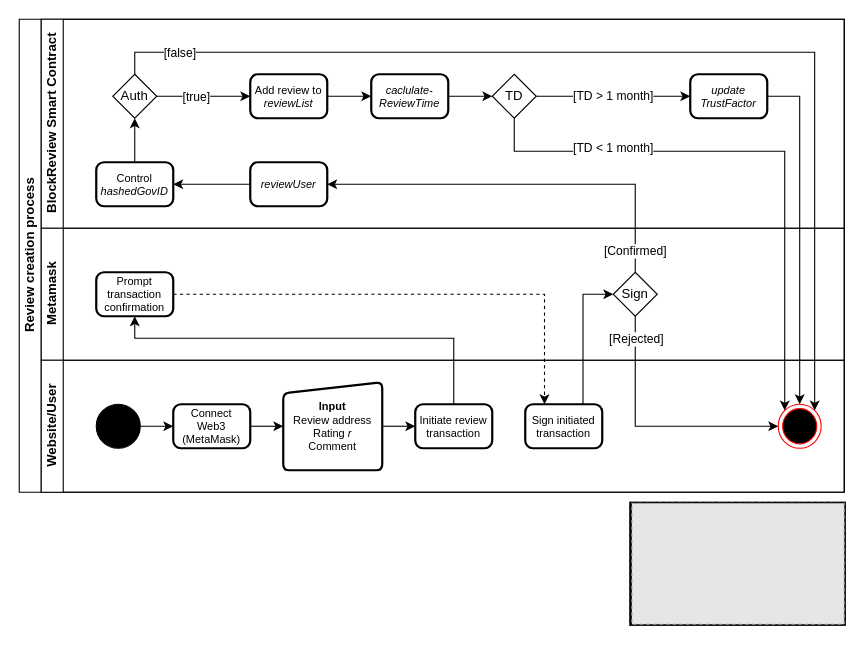
PaulMoustakas/Project-T keeps this draw.io diagram as Block Review.drawio. Above is the earlier version. Source tidied: cells renumbered, new cells numbered last; positions are measured from the earlier drawing's top-left corner, leaving out a move shared by most shapes. Both pictures are drawn from the tidied source at 110%, with x=0, y=0 at pixel (19, 19). Pictures stored in the file or linked from it are replaced by grey dashed boxes.
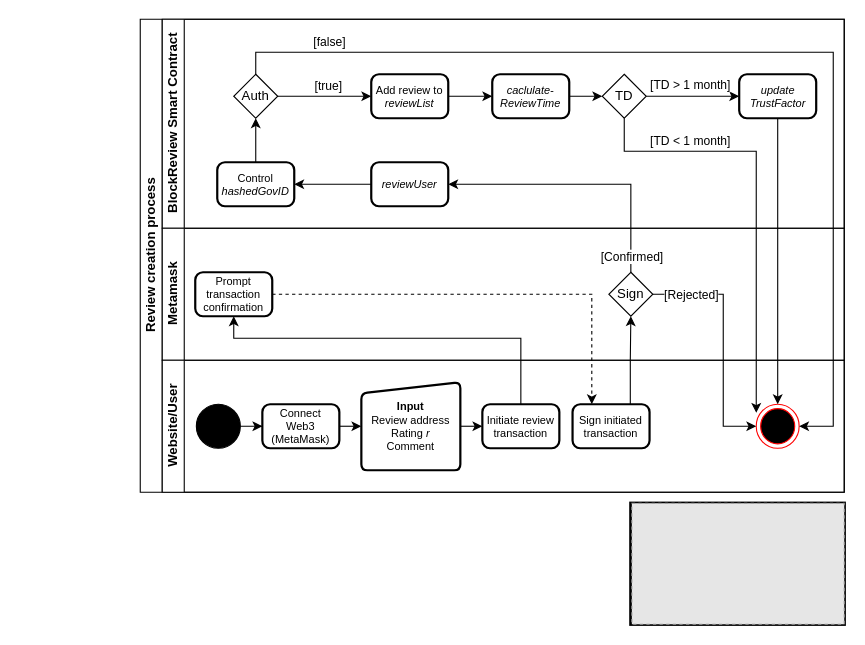
After the change.

Unchanged cells that the change refers to:
```xml
<mxCell id="13" style="edgeStyle=orthogonalEdgeStyle;rounded=0;jettySize=auto;html=1;exitX=1;exitY=0.5;exitDx=0;exitDy=0;entryX=0;entryY=0.5;entryDx=0;entryDy=0;" parent="3" edge="1" source="15" target="9">
  <mxGeometry relative="1" as="geometry" />
</mxCell>
<mxCell id="15" value="Auth" style="rhombus;whiteSpace=wrap;html=1;fontFamily=Helvetica;fontSize=12;fontColor=#000000;align=center;" parent="3" vertex="1">
  <mxGeometry x="65" y="50" width="40" height="40" as="geometry" />
</mxCell>
<mxCell id="38" style="edgeStyle=orthogonalEdgeStyle;rounded=0;jettySize=auto;html=1;exitX=0.5;exitY=0;exitDx=0;exitDy=0;entryX=1;entryY=0.5;entryDx=0;entryDy=0;" parent="2" edge="1" source="20" target="7">
  <mxGeometry relative="1" as="geometry" />
</mxCell>
```

Change to the diagram source:
```diff
@@
     <mxCell id="2" value="Review creation process" style="swimlane;html=1;horizontal=0;startSize=20;" parent="1" vertex="1">
-      <mxGeometry width="750" height="430" as="geometry" />
+      <mxGeometry x="110" width="640" height="430" as="geometry" />
     </mxCell>
     <mxCell id="3" value="BlockReview Smart Contract" style="swimlane;html=1;startSize=20;horizontal=0;" parent="2" vertex="1">
-      <mxGeometry x="20" width="730" height="190" as="geometry" />
+      <mxGeometry x="20" width="620" height="190" as="geometry" />
     </mxCell>
@@
     <mxCell id="12" value="&lt;span style=&quot;font-size: 10px&quot;&gt;&lt;i&gt;update&lt;br&gt;TrustFactor&lt;/i&gt;&lt;/span&gt;" style="rounded=1;html=1;absoluteArcSize=1;arcSize=14;strokeWidth=2;fontSize=7;whiteSpace=wrap;" parent="3" vertex="1">
-      <mxGeometry x="590" y="50" width="70" height="40" as="geometry" />
+      <mxGeometry x="524.5" y="50" width="70" height="40" as="geometry" />
     </mxCell>
@@
     <mxCell id="14" value="[true]" style="edgeLabel;html=1;align=center;verticalAlign=middle;" parent="13" vertex="1">
       <mxGeometry x="-0.32" y="-2" relative="1" as="geometry">
-        <mxPoint x="6" y="-2" as="offset" />
+        <mxPoint x="16" y="-12" as="offset" />
       </mxGeometry>
     </mxCell>
@@
     <mxCell id="16" value="[TD &amp;gt; 1 month]" style="edgeStyle=orthogonalEdgeStyle;rounded=0;jettySize=auto;html=1;entryX=0;entryY=0.5;entryDx=0;entryDy=0;" parent="3" edge="1" source="17" target="12">
-      <mxGeometry relative="1" as="geometry" />
+      <mxGeometry x="-0.05" y="10" relative="1" as="geometry" />
     </mxCell>
     <mxCell id="17" value="TD" style="rhombus;whiteSpace=wrap;html=1;fontFamily=Helvetica;fontSize=12;fontColor=#000000;align=center;" parent="3" vertex="1">
-      <mxGeometry x="410" y="50" width="40" height="40" as="geometry" />
+      <mxGeometry x="400" y="50" width="40" height="40" as="geometry" />
     </mxCell>
     <mxCell id="18" value="Metamask" style="swimlane;html=1;startSize=20;horizontal=0;" parent="2" vertex="1">
-      <mxGeometry x="20" y="190" width="730" height="120" as="geometry" />
+      <mxGeometry x="20" y="190" width="620" height="120" as="geometry" />
     </mxCell>
     <mxCell id="19" value="&lt;font style=&quot;font-size: 10px&quot;&gt;Prompt transaction confirmation&lt;/font&gt;" style="rounded=1;html=1;absoluteArcSize=1;arcSize=14;strokeWidth=2;fontSize=7;whiteSpace=wrap;" parent="18" vertex="1">
-      <mxGeometry x="50" y="40" width="70" height="40" as="geometry" />
+      <mxGeometry x="30" y="40" width="70" height="40" as="geometry" />
     </mxCell>
     <mxCell id="20" value="Sign" style="rhombus;whiteSpace=wrap;html=1;fontFamily=Helvetica;fontSize=12;fontColor=#000000;align=center;" parent="18" vertex="1">
-      <mxGeometry x="520" y="40" width="40" height="40" as="geometry" />
+      <mxGeometry x="406" y="40" width="40" height="40" as="geometry" />
     </mxCell>
     <mxCell id="21" value="Website/User" style="swimlane;html=1;startSize=20;horizontal=0;" parent="2" vertex="1">
-      <mxGeometry x="20" y="310" width="730" height="120" as="geometry" />
+      <mxGeometry x="20" y="310" width="620" height="120" as="geometry" />
     </mxCell>
     <mxCell id="22" style="ellipse;whiteSpace=wrap;html=1;fillColor=#000000;" parent="21" vertex="1">
-      <mxGeometry x="50" y="40" width="40" height="40" as="geometry" />
+      <mxGeometry x="31" y="40" width="40" height="40" as="geometry" />
     </mxCell>
@@
     <mxCell id="24" value="&lt;font style=&quot;font-size: 10px&quot;&gt;Connect&lt;br&gt;Web3&lt;br&gt;(MetaMask)&lt;/font&gt;" style="rounded=1;html=1;absoluteArcSize=1;arcSize=14;strokeWidth=2;fontSize=7;whiteSpace=wrap;" parent="21" vertex="1">
-      <mxGeometry x="120" y="40" width="70" height="40" as="geometry" />
+      <mxGeometry x="91" y="40" width="70" height="40" as="geometry" />
     </mxCell>
@@
     <mxCell id="27" value="&lt;font style=&quot;font-size: 10px&quot;&gt;&lt;b&gt;Input&lt;br&gt;&lt;/b&gt;Review address&lt;br&gt;Rating &lt;i&gt;r&lt;br&gt;&lt;/i&gt;Comment&lt;br&gt;&lt;/font&gt;" style="html=1;strokeWidth=2;shape=manualInput;whiteSpace=wrap;rounded=1;size=10;arcSize=11;fontSize=7;" parent="21" vertex="1">
-      <mxGeometry x="220" y="20" width="90" height="80" as="geometry" />
+      <mxGeometry x="181" y="20" width="90" height="80" as="geometry" />
     </mxCell>
     <mxCell id="28" value="&lt;span style=&quot;font-size: 10px&quot;&gt;Initiate review transaction&lt;/span&gt;" style="rounded=1;html=1;absoluteArcSize=1;arcSize=14;strokeWidth=2;fontSize=7;whiteSpace=wrap;" parent="21" vertex="1">
-      <mxGeometry x="340" y="40" width="70" height="40" as="geometry" />
+      <mxGeometry x="291" y="40" width="70" height="40" as="geometry" />
     </mxCell>
     <mxCell id="29" value="&lt;span style=&quot;font-size: 10px&quot;&gt;Sign initiated transaction&lt;/span&gt;" style="rounded=1;html=1;absoluteArcSize=1;arcSize=14;strokeWidth=2;fontSize=7;whiteSpace=wrap;" parent="21" vertex="1">
-      <mxGeometry x="440" y="40" width="70" height="40" as="geometry" />
+      <mxGeometry x="373" y="40" width="70" height="40" as="geometry" />
     </mxCell>
     <mxCell id="30" style="ellipse;html=1;shape=endState;fillColor=#000000;strokeColor=#ff0000;fontSize=9;" parent="21" vertex="1">
-      <mxGeometry x="670" y="40" width="39" height="40" as="geometry" />
+      <mxGeometry x="540" y="40" width="39" height="40" as="geometry" />
     </mxCell>
-    <mxCell id="31" style="edgeStyle=orthogonalEdgeStyle;rounded=0;jettySize=auto;html=1;exitX=0.5;exitY=1;exitDx=0;exitDy=0;entryX=0;entryY=0.5;entryDx=0;entryDy=0;" parent="2" edge="1" source="20" target="30">
+    <mxCell id="31" style="edgeStyle=orthogonalEdgeStyle;rounded=0;jettySize=auto;html=1;exitX=1;exitY=0.5;exitDx=0;exitDy=0;entryX=0;entryY=0.5;entryDx=0;entryDy=0;" parent="2" edge="1" source="20" target="30">
       <mxGeometry relative="1" as="geometry">
         <Array as="points">
-          <mxPoint x="560" y="370" />
+          <mxPoint x="530" y="250" />
+          <mxPoint x="530" y="370" />
         </Array>
       </mxGeometry>
     </mxCell>
     <mxCell id="32" value="[Rejected]" style="edgeLabel;html=1;align=center;verticalAlign=middle;" parent="31" vertex="1">
       <mxGeometry x="-0.58" relative="1" as="geometry">
-        <mxPoint y="-28" as="offset" />
+        <mxPoint x="-11" as="offset" />
       </mxGeometry>
     </mxCell>
-    <mxCell id="33" style="edgeStyle=orthogonalEdgeStyle;rounded=0;jettySize=auto;html=1;exitX=0.5;exitY=0;exitDx=0;exitDy=0;entryX=1;entryY=0;entryDx=0;entryDy=0;" parent="2" edge="1" source="15" target="30">
+    <mxCell id="33" style="edgeStyle=orthogonalEdgeStyle;rounded=0;jettySize=auto;html=1;exitX=0.5;exitY=0;exitDx=0;exitDy=0;entryX=1;entryY=0.5;entryDx=0;entryDy=0;" parent="2" edge="1" source="15" target="30">
       <mxGeometry relative="1" as="geometry">
         <Array as="points">
           <mxPoint x="105" y="30" />
-          <mxPoint x="723" y="30" />
+          <mxPoint x="630" y="30" />
+          <mxPoint x="630" y="370" />
         </Array>
       </mxGeometry>
     </mxCell>
     <mxCell id="34" value="[false]" style="edgeLabel;html=1;align=center;verticalAlign=middle;" parent="33" vertex="1">
       <mxGeometry x="-0.44" relative="1" as="geometry">
-        <mxPoint x="-210" as="offset" />
+        <mxPoint x="-170" y="-10" as="offset" />
       </mxGeometry>
     </mxCell>
     <mxCell id="35" style="edgeStyle=orthogonalEdgeStyle;rounded=0;jettySize=auto;html=1;entryX=0.5;entryY=1;entryDx=0;entryDy=0;" parent="2" edge="1" source="28" target="19">
       <mxGeometry relative="1" as="geometry">
         <Array as="points">
-          <mxPoint x="395" y="290" />
-          <mxPoint x="105" y="290" />
+          <mxPoint x="346" y="290" />
+          <mxPoint x="85" y="290" />
         </Array>
       </mxGeometry>
     </mxCell>
@@
-    <mxCell id="37" style="edgeStyle=orthogonalEdgeStyle;rounded=0;jettySize=auto;html=1;exitX=0.75;exitY=0;exitDx=0;exitDy=0;entryX=0;entryY=0.5;entryDx=0;entryDy=0;" parent="2" edge="1" source="29" target="20">
-      <mxGeometry relative="1" as="geometry" />
-    </mxCell>
@@
     <mxCell id="39" value="[Confirmed]" style="edgeLabel;html=1;align=center;verticalAlign=middle;" parent="38" vertex="1">
       <mxGeometry x="0.31" y="-3" relative="1" as="geometry">
-        <mxPoint x="155" y="63" as="offset" />
+        <mxPoint x="81" y="68" as="offset" />
       </mxGeometry>
     </mxCell>
-    <mxCell id="40" style="edgeStyle=orthogonalEdgeStyle;rounded=0;jettySize=auto;html=1;entryX=0.5;entryY=0;entryDx=0;entryDy=0;" parent="2" edge="1" source="12" target="30">
-      <mxGeometry relative="1" as="geometry" />
+    <mxCell id="40" style="edgeStyle=orthogonalEdgeStyle;rounded=0;jettySize=auto;html=1;entryX=0.5;entryY=0;entryDx=0;entryDy=0;exitX=0.5;exitY=1;exitDx=0;exitDy=0;" parent="2" edge="1" source="12" target="30">
+      <mxGeometry relative="1" as="geometry">
+        <Array as="points">
+          <mxPoint x="580" y="110" />
+        </Array>
+      </mxGeometry>
     </mxCell>
-    <mxCell id="41" style="edgeStyle=orthogonalEdgeStyle;rounded=0;jettySize=auto;html=1;exitX=0.5;exitY=1;exitDx=0;exitDy=0;entryX=0;entryY=0;entryDx=0;entryDy=0;" parent="2" edge="1" source="17" target="30">
+    <mxCell id="41" style="edgeStyle=orthogonalEdgeStyle;rounded=0;jettySize=auto;html=1;exitX=0.5;exitY=1;exitDx=0;exitDy=0;entryX=0;entryY=0.195;entryDx=0;entryDy=0;entryPerimeter=0;" parent="2" edge="1" source="17" target="30">
       <mxGeometry relative="1" as="geometry">
         <Array as="points">
-          <mxPoint x="450" y="120" />
-          <mxPoint x="696" y="120" />
+          <mxPoint x="440" y="120" />
+          <mxPoint x="560" y="120" />
         </Array>
       </mxGeometry>
     </mxCell>
     <mxCell id="42" value="[TD &amp;lt; 1 month]" style="edgeLabel;html=1;align=center;verticalAlign=middle;" parent="41" vertex="1">
       <mxGeometry x="-0.64" y="4" relative="1" as="geometry">
-        <mxPoint x="27" as="offset" />
+        <mxPoint x="19" y="-6" as="offset" />
       </mxGeometry>
     </mxCell>
+    <mxCell id="37" style="edgeStyle=orthogonalEdgeStyle;rounded=0;jettySize=auto;html=1;exitX=0.75;exitY=0;exitDx=0;exitDy=0;entryX=0.5;entryY=1;entryDx=0;entryDy=0;" parent="2" edge="1" source="29" target="20">
+      <mxGeometry relative="1" as="geometry" />
+    </mxCell>
```
